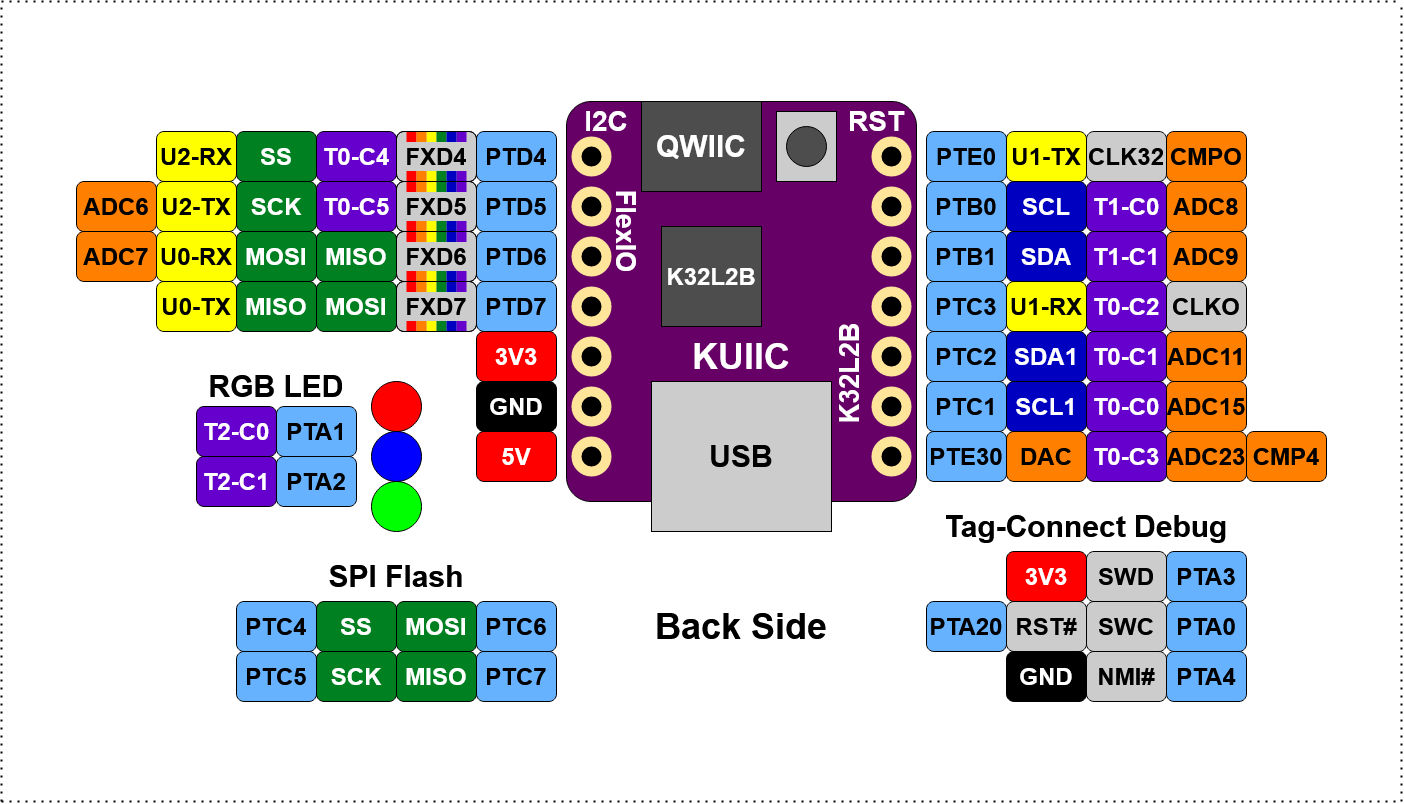
The draw.io diagram img/kuiic-pinout.png in nxf58843/kuiic, before a commit. Source tidied: cells renumbered, new cells last; positions are measured from the earlier drawing's top-left corner, leaving out a move shared by most shapes.
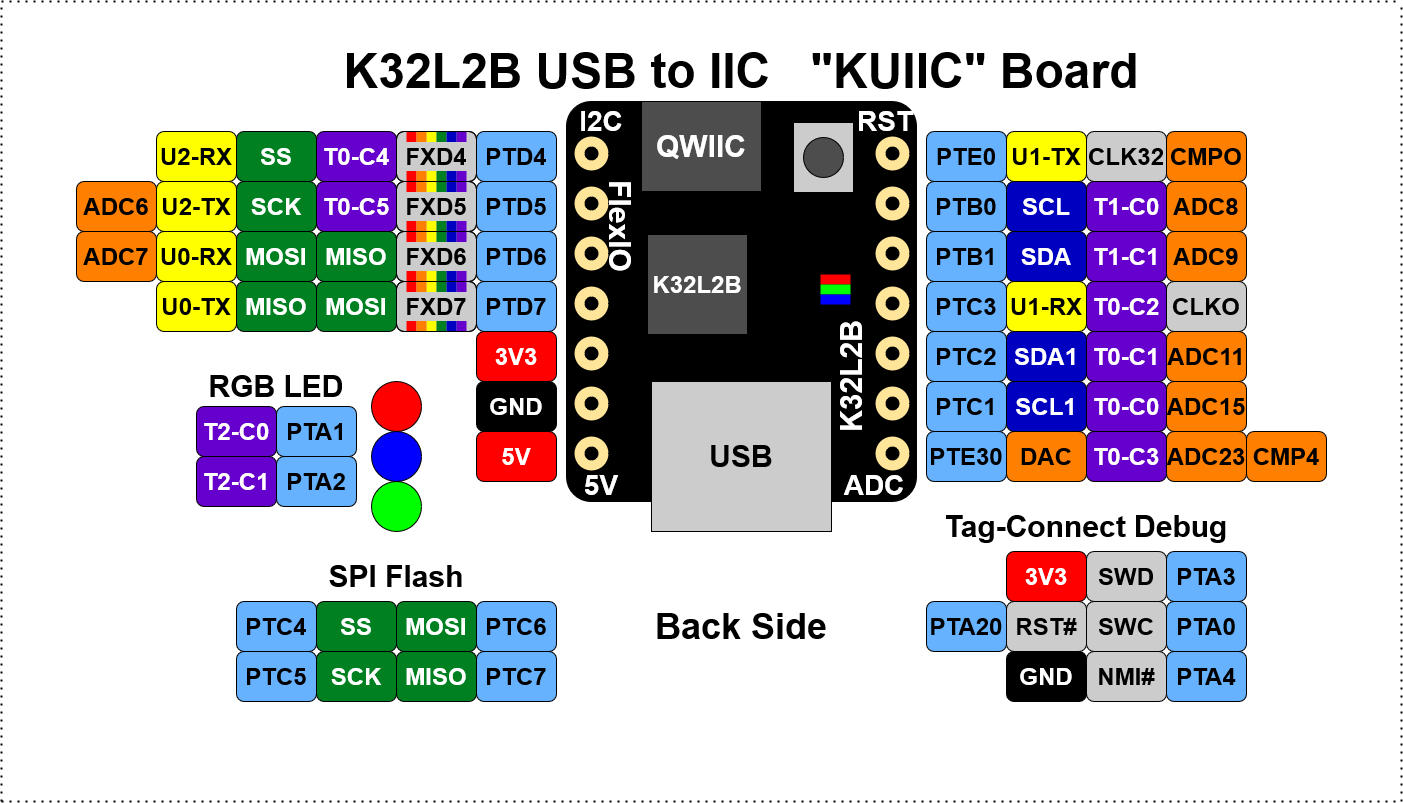
The same diagram one commit later.

What changed in the source:
```diff
@@ -2,6 +2,9 @@
   <root>
     <mxCell id="0" />
     <mxCell id="1" parent="0" />
+    <mxCell id="4" style="rounded=1;whiteSpace=wrap;html=1;arcSize=7;fillColor=#000000;" parent="1" vertex="1">
+      <mxGeometry x="565" y="100" width="350" height="400" as="geometry" />
+    </mxCell>
     <mxCell id="2" style="endArrow=none;dashed=1;html=1;dashPattern=1 3;strokeWidth=2;fontSize=36;fontColor=#000000;" parent="1" edge="1">
       <mxGeometry relative="1" as="geometry">
         <mxPoint as="sourcePoint" />
@@ -14,53 +17,50 @@
         <mxPoint as="targetPoint" />
       </mxGeometry>
     </mxCell>
-    <mxCell id="4" style="rounded=1;whiteSpace=wrap;html=1;arcSize=7;fillColor=#660066;" parent="1" vertex="1">
-      <mxGeometry x="565" y="100" width="350" height="400" as="geometry" />
-    </mxCell>
     <mxCell id="5" value="PTB1" style="rounded=1;whiteSpace=wrap;html=1;fontSize=24;fontStyle=1;fillColor=#66B2FF;" parent="1" vertex="1">
       <mxGeometry x="925" y="230" width="80" height="50" as="geometry" />
     </mxCell>
     <mxCell id="6" style="ellipse;whiteSpace=wrap;html=1;fillColor=#000000;strokeColor=#FFE599;strokeWidth=10;" parent="1" vertex="1">
-      <mxGeometry x="575" y="140" width="30" height="30" as="geometry" />
+      <mxGeometry x="578" y="140" width="24" height="24" as="geometry" />
     </mxCell>
     <mxCell id="7" style="ellipse;whiteSpace=wrap;html=1;fillColor=#000000;strokeColor=#FFE599;strokeWidth=10;" parent="1" vertex="1">
-      <mxGeometry x="575" y="190" width="30" height="30" as="geometry" />
+      <mxGeometry x="578" y="190" width="24" height="24" as="geometry" />
     </mxCell>
     <mxCell id="8" style="ellipse;whiteSpace=wrap;html=1;fillColor=#000000;strokeColor=#FFE599;strokeWidth=10;" parent="1" vertex="1">
-      <mxGeometry x="575" y="240" width="30" height="30" as="geometry" />
+      <mxGeometry x="578" y="240" width="24" height="24" as="geometry" />
     </mxCell>
     <mxCell id="9" style="ellipse;whiteSpace=wrap;html=1;fillColor=#000000;strokeColor=#FFE599;strokeWidth=10;" parent="1" vertex="1">
-      <mxGeometry x="575" y="290" width="30" height="30" as="geometry" />
+      <mxGeometry x="578" y="290" width="24" height="24" as="geometry" />
     </mxCell>
     <mxCell id="10" style="ellipse;whiteSpace=wrap;html=1;fillColor=#000000;strokeColor=#FFE599;strokeWidth=10;" parent="1" vertex="1">
-      <mxGeometry x="575" y="340" width="30" height="30" as="geometry" />
+      <mxGeometry x="578" y="340" width="24" height="24" as="geometry" />
     </mxCell>
     <mxCell id="11" style="ellipse;whiteSpace=wrap;html=1;fillColor=#000000;strokeColor=#FFE599;strokeWidth=10;" parent="1" vertex="1">
-      <mxGeometry x="575" y="390" width="30" height="30" as="geometry" />
+      <mxGeometry x="578" y="390" width="24" height="24" as="geometry" />
     </mxCell>
     <mxCell id="12" style="ellipse;whiteSpace=wrap;html=1;fillColor=#000000;strokeColor=#FFE599;strokeWidth=10;" parent="1" vertex="1">
-      <mxGeometry x="575" y="440" width="30" height="30" as="geometry" />
+      <mxGeometry x="578" y="440" width="24" height="24" as="geometry" />
     </mxCell>
     <mxCell id="13" style="ellipse;whiteSpace=wrap;html=1;fillColor=#000000;strokeColor=#FFE599;strokeWidth=10;" parent="1" vertex="1">
-      <mxGeometry x="875" y="140" width="30" height="30" as="geometry" />
+      <mxGeometry x="879" y="140" width="24" height="24" as="geometry" />
     </mxCell>
     <mxCell id="14" style="ellipse;whiteSpace=wrap;html=1;fillColor=#000000;strokeColor=#FFE599;strokeWidth=10;" parent="1" vertex="1">
-      <mxGeometry x="875" y="190" width="30" height="30" as="geometry" />
+      <mxGeometry x="879" y="190" width="24" height="24" as="geometry" />
     </mxCell>
     <mxCell id="15" style="ellipse;whiteSpace=wrap;html=1;fillColor=#000000;strokeColor=#FFE599;strokeWidth=10;" parent="1" vertex="1">
-      <mxGeometry x="875" y="240" width="30" height="30" as="geometry" />
+      <mxGeometry x="879" y="240" width="24" height="24" as="geometry" />
     </mxCell>
     <mxCell id="16" style="ellipse;whiteSpace=wrap;html=1;fillColor=#000000;strokeColor=#FFE599;strokeWidth=10;" parent="1" vertex="1">
-      <mxGeometry x="875" y="290" width="30" height="30" as="geometry" />
+      <mxGeometry x="879" y="290" width="24" height="24" as="geometry" />
     </mxCell>
     <mxCell id="17" style="ellipse;whiteSpace=wrap;html=1;fillColor=#000000;strokeColor=#FFE599;strokeWidth=10;" parent="1" vertex="1">
-      <mxGeometry x="875" y="340" width="30" height="30" as="geometry" />
+      <mxGeometry x="879" y="340" width="24" height="24" as="geometry" />
     </mxCell>
     <mxCell id="18" style="ellipse;whiteSpace=wrap;html=1;fillColor=#000000;strokeColor=#FFE599;strokeWidth=10;" parent="1" vertex="1">
-      <mxGeometry x="875" y="390" width="30" height="30" as="geometry" />
+      <mxGeometry x="879" y="390" width="24" height="24" as="geometry" />
     </mxCell>
     <mxCell id="19" style="ellipse;whiteSpace=wrap;html=1;fillColor=#000000;strokeColor=#FFE599;strokeWidth=10;" parent="1" vertex="1">
-      <mxGeometry x="875" y="440" width="30" height="30" as="geometry" />
+      <mxGeometry x="879" y="440" width="24" height="24" as="geometry" />
     </mxCell>
     <mxCell id="20" value="QWIIC" style="rounded=0;whiteSpace=wrap;html=1;strokeWidth=1;fontSize=30;fontStyle=1;fillColor=#4D4D4D;fontColor=#FFFFFF;" parent="1" vertex="1">
       <mxGeometry x="640" y="100" width="120" height="90" as="geometry" />
@@ -182,14 +182,14 @@
     <mxCell id="59" style="ellipse;whiteSpace=wrap;html=1;strokeColor=#000000;strokeWidth=1;fillColor=#0000FF;fontSize=20;" parent="1" vertex="1">
       <mxGeometry x="370" y="430" width="50" height="50" as="geometry" />
     </mxCell>
-    <mxCell id="60" value="&lt;div&gt;KUIIC&lt;/div&gt;" style="text;html=1;strokeColor=none;fillColor=none;align=center;verticalAlign=middle;whiteSpace=wrap;rounded=0;fontSize=36;fontColor=#FFFFFF;fontStyle=1;rotation=0;" parent="1" vertex="1">
-      <mxGeometry x="640" y="335" width="200" height="40" as="geometry" />
+    <mxCell id="60" value="&lt;div style=&quot;font-size: 48px&quot;&gt;K32L2B USB to IIC&amp;nbsp;&amp;nbsp; &quot;KUIIC&quot; Board&lt;br&gt;&lt;/div&gt;" style="text;html=1;strokeColor=none;fillColor=none;align=center;verticalAlign=middle;whiteSpace=wrap;rounded=0;fontSize=48;fontStyle=1;rotation=0;" parent="1" vertex="1">
+      <mxGeometry x="155" y="40" width="1170" height="60" as="geometry" />
     </mxCell>
-    <mxCell id="61" value="K32L2B" style="text;html=1;strokeColor=none;fillColor=none;align=center;verticalAlign=middle;whiteSpace=wrap;rounded=0;fontSize=27;fontColor=#FFFFFF;fontStyle=1;rotation=-90;" parent="1" vertex="1">
-      <mxGeometry x="787.5" y="357.5" width="120" height="30" as="geometry" />
+    <mxCell id="61" value="K32L2B" style="text;html=1;strokeColor=none;fillColor=none;align=center;verticalAlign=middle;whiteSpace=wrap;rounded=0;fontSize=30;fontColor=#FFFFFF;fontStyle=1;rotation=-90;" parent="1" vertex="1">
+      <mxGeometry x="790" y="360" width="120" height="30" as="geometry" />
     </mxCell>
     <mxCell id="62" value="RST" style="text;html=1;strokeColor=none;fillColor=none;align=center;verticalAlign=middle;whiteSpace=wrap;rounded=0;fontSize=28;fontColor=#FFFFFF;fontStyle=1;rotation=0;" parent="1" vertex="1">
-      <mxGeometry x="840" y="100" width="70" height="40" as="geometry" />
+      <mxGeometry x="849" y="100" width="70" height="40" as="geometry" />
     </mxCell>
     <mxCell id="63" value="PTE0" style="rounded=1;whiteSpace=wrap;html=1;fontSize=24;fontStyle=1;fillColor=#66B2FF;" parent="1" vertex="1">
       <mxGeometry x="925" y="130" width="80" height="50" as="geometry" />
@@ -224,23 +224,14 @@
     <mxCell id="73" value="PTA2" style="rounded=1;whiteSpace=wrap;html=1;fontSize=24;fontStyle=1;fillColor=#66B2FF;" parent="1" vertex="1">
       <mxGeometry x="275" y="455" width="80" height="50" as="geometry" />
     </mxCell>
-    <mxCell id="74" style="group;" parent="1" vertex="1">
-      <mxGeometry x="775" y="110" width="60" height="70" as="geometry" />
-    </mxCell>
-    <mxCell id="75" style="rounded=0;whiteSpace=wrap;html=1;strokeWidth=1;fontSize=24;fontStyle=1;fillColor=#CCCCCC;" parent="74" vertex="1">
-      <mxGeometry width="60" height="70" as="geometry" />
-    </mxCell>
-    <mxCell id="76" style="ellipse;whiteSpace=wrap;html=1;strokeColor=#000000;strokeWidth=1;fillColor=#4D4D4D;fontSize=36;fontColor=#FFFFFF;" parent="74" vertex="1">
-      <mxGeometry x="10" y="15" width="40" height="40" as="geometry" />
-    </mxCell>
     <mxCell id="77" value="&lt;div&gt;I2C&lt;/div&gt;" style="text;html=1;strokeColor=none;fillColor=none;align=center;verticalAlign=middle;whiteSpace=wrap;rounded=0;fontSize=28;fontColor=#FFFFFF;fontStyle=1;rotation=0;" parent="1" vertex="1">
-      <mxGeometry x="570" y="100" width="70" height="40" as="geometry" />
+      <mxGeometry x="565" y="100" width="70" height="40" as="geometry" />
     </mxCell>
     <mxCell id="78" value="&lt;div&gt;K32L2B&lt;br&gt;&lt;/div&gt;" style="rounded=0;whiteSpace=wrap;html=1;strokeColor=#000000;strokeWidth=1;fillColor=#4D4D4D;fontSize=24;fontStyle=1;fontColor=#FFFFFF;" parent="1" vertex="1">
-      <mxGeometry x="660" y="225" width="100" height="100" as="geometry" />
+      <mxGeometry x="646" y="233" width="100" height="100" as="geometry" />
     </mxCell>
-    <mxCell id="79" value="FlexIO" style="text;html=1;strokeColor=none;fillColor=none;align=center;verticalAlign=middle;whiteSpace=wrap;rounded=0;fontSize=27;fontColor=#FFFFFF;fontStyle=1;rotation=90;" parent="1" vertex="1">
-      <mxGeometry x="565" y="215" width="120" height="30" as="geometry" />
+    <mxCell id="79" value="FlexIO" style="text;html=1;strokeColor=none;fillColor=none;align=center;verticalAlign=middle;whiteSpace=wrap;rounded=0;fontSize=30;fontColor=#FFFFFF;fontStyle=1;rotation=90;" parent="1" vertex="1">
+      <mxGeometry x="560" y="210" width="120" height="30" as="geometry" />
     </mxCell>
     <mxCell id="80" value="T1-C0" style="rounded=1;whiteSpace=wrap;html=1;fontSize=24;fontStyle=1;fontColor=#FFFFFF;fillColor=#6600CC;" parent="1" vertex="1">
       <mxGeometry x="1085" y="180" width="80" height="50" as="geometry" />
@@ -455,5 +446,32 @@
         <mxPoint x="1400" as="targetPoint" />
       </mxGeometry>
     </mxCell>
+    <mxCell id="149" value="&lt;div&gt;5V&lt;/div&gt;" style="text;html=1;strokeColor=none;fillColor=none;align=center;verticalAlign=middle;whiteSpace=wrap;rounded=0;fontSize=28;fontColor=#FFFFFF;fontStyle=1;rotation=0;" parent="1" vertex="1">
+      <mxGeometry x="565" y="464" width="70" height="40" as="geometry" />
+    </mxCell>
+    <mxCell id="150" value="ADC" style="text;html=1;strokeColor=none;fillColor=none;align=center;verticalAlign=middle;whiteSpace=wrap;rounded=0;fontSize=28;fontColor=#FFFFFF;fontStyle=1;rotation=0;" parent="1" vertex="1">
+      <mxGeometry x="837.5" y="464" width="70" height="40" as="geometry" />
+    </mxCell>
+    <mxCell id="151" style="group;" parent="1" vertex="1">
+      <mxGeometry x="792" y="121" width="60" height="70" as="geometry" />
+    </mxCell>
+    <mxCell id="75" style="rounded=0;whiteSpace=wrap;html=1;strokeWidth=1;fontSize=24;fontStyle=1;fillColor=#CCCCCC;" parent="151" vertex="1">
+      <mxGeometry width="60" height="70" as="geometry" />
+    </mxCell>
+    <mxCell id="76" style="ellipse;whiteSpace=wrap;html=1;strokeColor=#000000;strokeWidth=1;fillColor=#4D4D4D;fontSize=36;fontColor=#FFFFFF;" parent="151" vertex="1">
+      <mxGeometry x="10" y="15" width="40" height="40" as="geometry" />
+    </mxCell>
+    <mxCell id="152" style="group;" parent="1" vertex="1">
+      <mxGeometry x="819" y="273" width="30" height="30" as="geometry" />
+    </mxCell>
+    <mxCell id="153" style="rounded=0;whiteSpace=wrap;html=1;strokeWidth=1;fontSize=24;fontStyle=1;strokeColor=none;fillColor=#FF0000;" parent="152" vertex="1">
+      <mxGeometry width="30" height="10" as="geometry" />
+    </mxCell>
+    <mxCell id="154" style="rounded=0;whiteSpace=wrap;html=1;strokeWidth=1;fontSize=24;fontStyle=1;strokeColor=none;fillColor=#00FF00;" parent="152" vertex="1">
+      <mxGeometry y="10" width="30" height="10" as="geometry" />
+    </mxCell>
+    <mxCell id="155" style="rounded=0;whiteSpace=wrap;html=1;strokeWidth=1;fontSize=24;fontStyle=1;strokeColor=none;fillColor=#0000FF;" parent="152" vertex="1">
+      <mxGeometry y="20" width="30" height="10" as="geometry" />
+    </mxCell>
   </root>
 </mxGraphModel>
```
